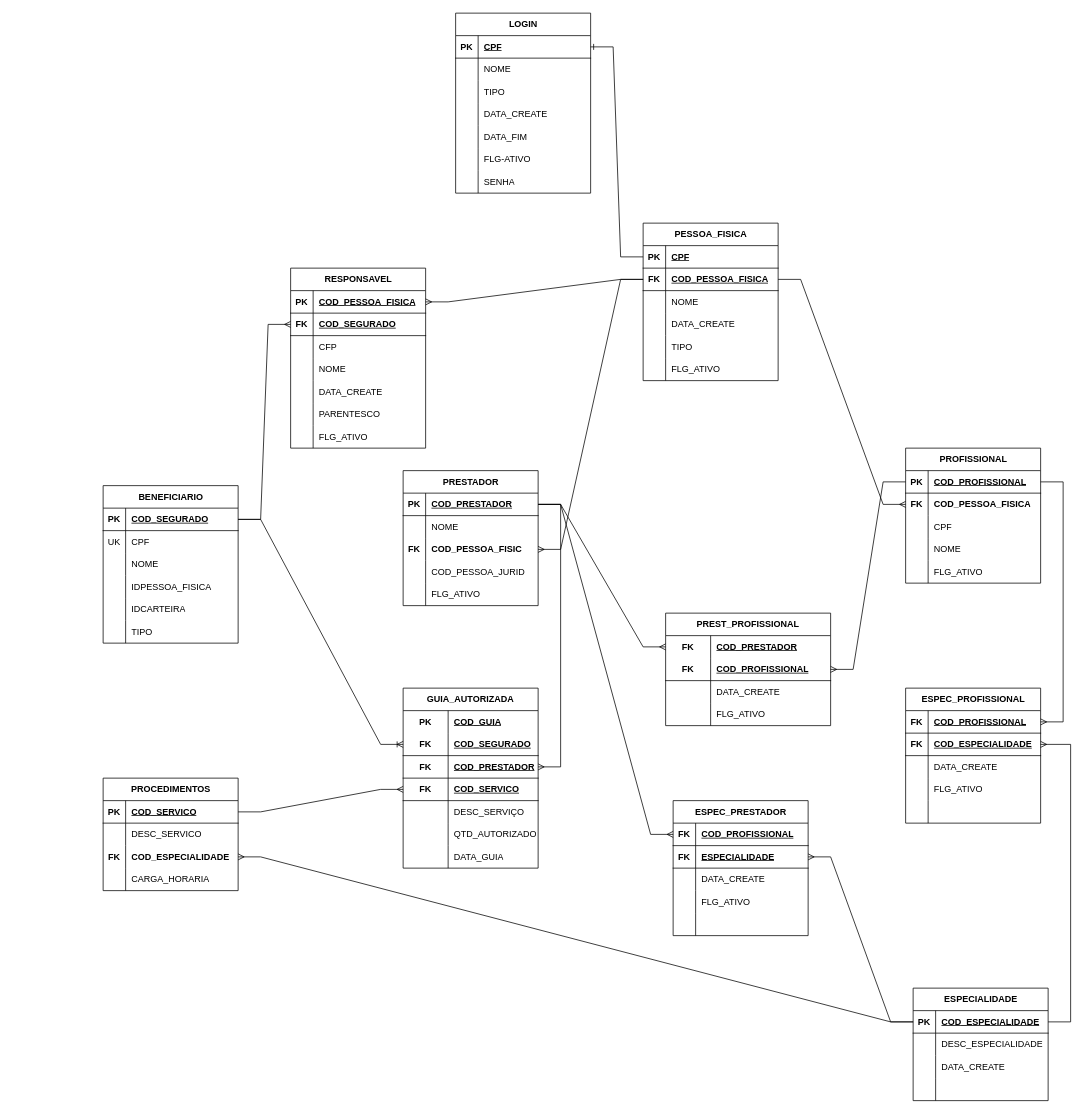
The draw.io diagram APP-TEA02.drawio in hugocesar975/Todos, before the edit. Source tidied: cells renumbered, new cells numbered last; positions are measured from the earlier drawing's top-left corner, leaving out a move shared by most shapes. Both pictures are drawn from the tidied source at 75%, with x=0, y=0 at pixel (103, 13).
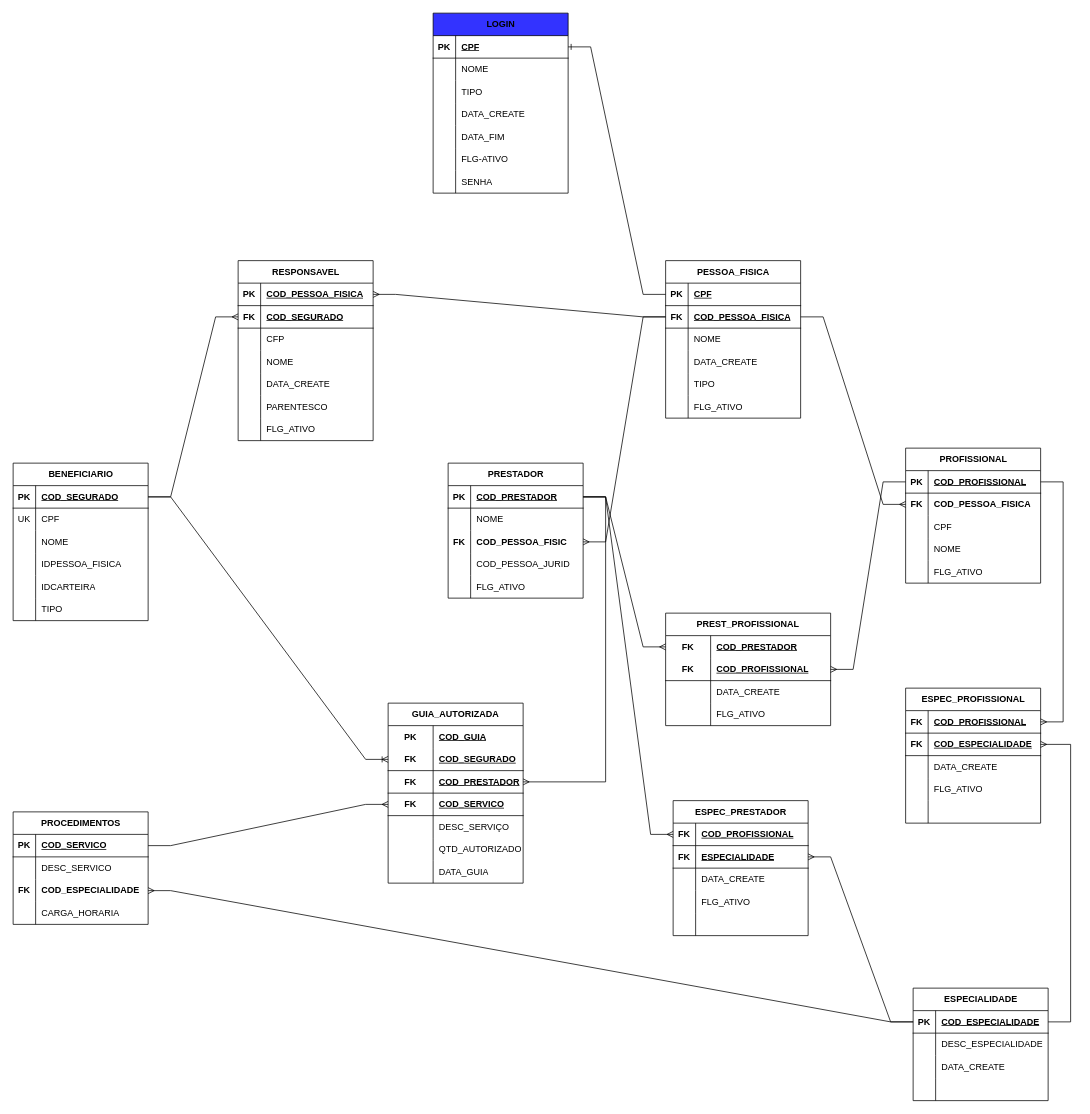
The same diagram, later.

Diff of the diagram source:
```diff
@@
     <mxCell id="3" value="BENEFICIARIO" style="shape=table;startSize=30;childLayout=tableLayout;rowLines=0;fontStyle=1;align=center;html=1;" parent="1" vertex="1">
-      <mxGeometry y="630" width="180" height="210" as="geometry" />
+      <mxGeometry x="-120" y="600" width="180" height="210" as="geometry" />
     </mxCell>
@@
     <mxCell id="22" value="GUIA_AUTORIZADA" style="shape=table;startSize=30;childLayout=tableLayout;rowLines=0;fontStyle=1;align=center;html=1;whiteSpace=wrap;" parent="1" vertex="1">
-      <mxGeometry x="400" y="900" width="180" height="240" as="geometry" />
+      <mxGeometry x="380" y="920" width="180" height="240" as="geometry" />
     </mxCell>
@@
     <mxCell id="45" value="PRESTADOR" style="shape=table;startSize=30;childLayout=tableLayout;rowLines=0;fontStyle=1;align=center;html=1;" parent="1" vertex="1">
-      <mxGeometry x="400" y="610" width="180" height="180" as="geometry" />
+      <mxGeometry x="460" y="600" width="180" height="180" as="geometry" />
     </mxCell>
@@
     <mxCell id="78" value="PROCEDIMENTOS" style="shape=table;startSize=30;childLayout=tableLayout;rowLines=0;fontStyle=1;align=center;html=1;" parent="1" vertex="1">
-      <mxGeometry y="1020" width="180" height="150" as="geometry" />
+      <mxGeometry x="-120" y="1065" width="180" height="150" as="geometry" />
     </mxCell>
@@
     <mxCell id="156" value="RESPONSAVEL" style="shape=table;startSize=30;childLayout=tableLayout;rowLines=0;fontStyle=1;align=center;html=1;" parent="1" vertex="1">
-      <mxGeometry x="250" y="340" width="180" height="240" as="geometry" />
+      <mxGeometry x="180" y="330" width="180" height="240" as="geometry" />
     </mxCell>
@@
     <mxCell id="179" value="PESSOA_FISICA" style="shape=table;startSize=30;childLayout=tableLayout;rowLines=0;fontStyle=1;align=center;html=1;" parent="1" vertex="1">
-      <mxGeometry x="720" y="280" width="180" height="210" as="geometry" />
+      <mxGeometry x="750" y="330" width="180" height="210" as="geometry" />
     </mxCell>
@@
-    <mxCell id="198" value="LOGIN" style="shape=table;startSize=30;childLayout=tableLayout;rowLines=0;fontStyle=1;align=center;html=1;" parent="1" vertex="1">
-      <mxGeometry x="470" width="180" height="240" as="geometry" />
+    <mxCell id="198" value="LOGIN" style="shape=table;startSize=30;childLayout=tableLayout;rowLines=0;fontStyle=1;align=center;html=1;fillColor=#3333FF;" parent="1" vertex="1">
+      <mxGeometry x="440" width="180" height="240" as="geometry" />
     </mxCell>
```
